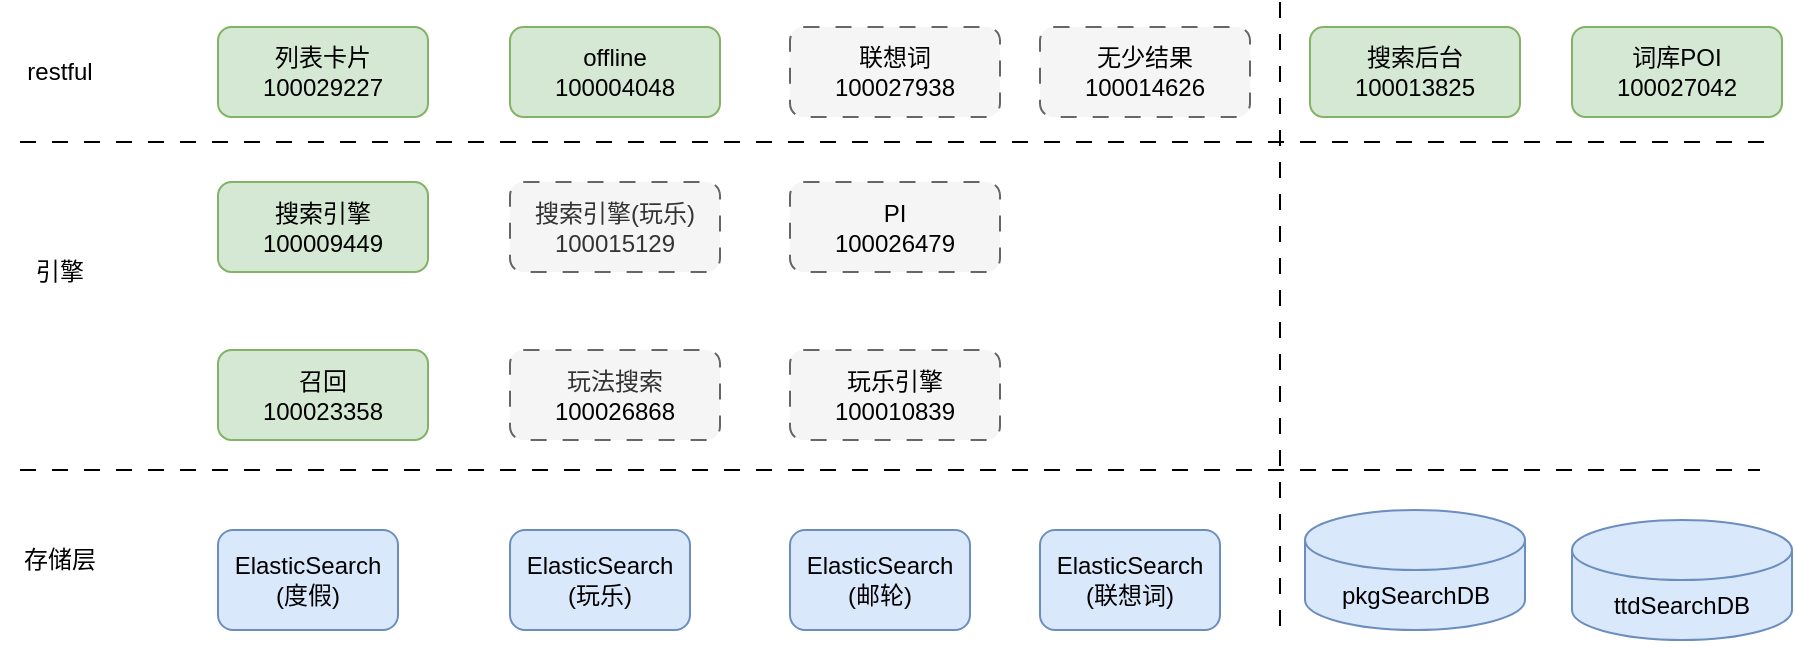
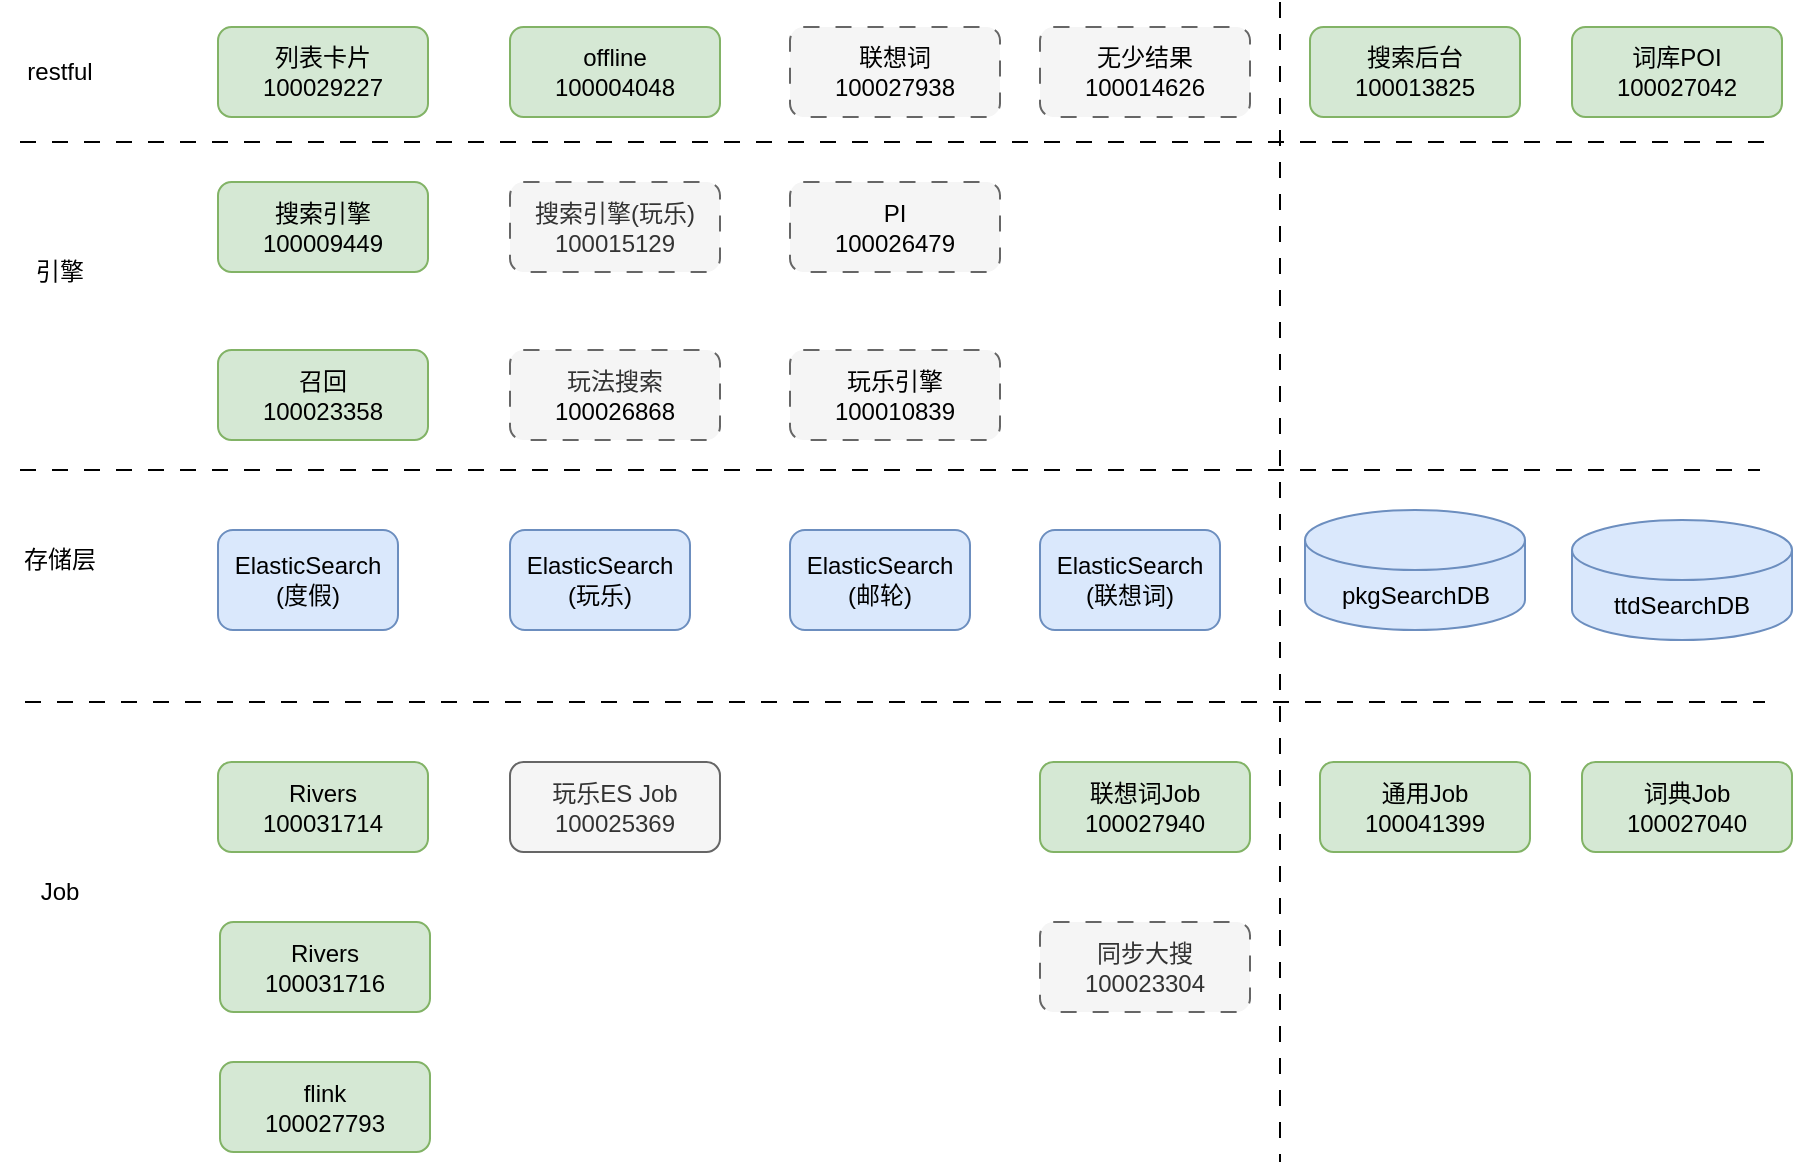
<mxfile host="app.diagrams.net">
  <diagram name="第 1 页" id="H00NGr4SfM2_A4JfHXxi">
    <mxGraphModel dx="1414" dy="743" grid="1" gridSize="10" guides="1" tooltips="1" connect="1" arrows="1" fold="1" page="1" pageScale="1" pageWidth="827" pageHeight="1169" math="0" shadow="0">
      <root>
        <mxCell id="0" />
        <mxCell id="1" parent="0" />
        <mxCell id="CCiWWcbrdknQFpc56PPV-1" edge="1" parent="1" style="endArrow=none;html=1;rounded=0;dashed=1;dashPattern=8 8;" value="">
          <mxGeometry height="50" relative="1" width="50" as="geometry">
            <mxPoint x="20" y="234" as="sourcePoint" />
            <mxPoint x="890" y="234" as="targetPoint" />
          </mxGeometry>
        </mxCell>
        <mxCell id="CCiWWcbrdknQFpc56PPV-2" parent="1" style="rounded=1;whiteSpace=wrap;html=1;fillColor=#dae8fc;strokeColor=#6c8ebf;" value="ElasticSearch&lt;div&gt;(度假)&lt;/div&gt;" vertex="1">
          <mxGeometry height="50" width="90" x="119" y="264" as="geometry" />
        </mxCell>
        <mxCell id="CCiWWcbrdknQFpc56PPV-3" parent="1" style="rounded=1;whiteSpace=wrap;html=1;fillColor=#dae8fc;strokeColor=#6c8ebf;" value="ElasticSearch&lt;div&gt;(玩乐)&lt;/div&gt;" vertex="1">
          <mxGeometry height="50" width="90" x="265" y="264" as="geometry" />
        </mxCell>
        <mxCell id="CCiWWcbrdknQFpc56PPV-4" parent="1" style="rounded=1;whiteSpace=wrap;html=1;fillColor=#dae8fc;strokeColor=#6c8ebf;" value="ElasticSearch&lt;div&gt;(邮轮)&lt;/div&gt;" vertex="1">
          <mxGeometry height="50" width="90" x="405" y="264" as="geometry" />
        </mxCell>
        <mxCell id="CCiWWcbrdknQFpc56PPV-5" parent="1" style="rounded=1;whiteSpace=wrap;html=1;fillColor=#dae8fc;strokeColor=#6c8ebf;" value="ElasticSearch&lt;div&gt;(联想词)&lt;/div&gt;" vertex="1">
          <mxGeometry height="50" width="90" x="530" y="264" as="geometry" />
        </mxCell>
        <mxCell id="CCiWWcbrdknQFpc56PPV-6" parent="1" style="shape=cylinder3;whiteSpace=wrap;html=1;boundedLbl=1;backgroundOutline=1;size=15;fillColor=#dae8fc;strokeColor=#6c8ebf;" value="pkgSearchDB" vertex="1">
          <mxGeometry height="60" width="110" x="662.5" y="254" as="geometry" />
        </mxCell>
        <mxCell id="CCiWWcbrdknQFpc56PPV-7" parent="1" style="text;html=1;whiteSpace=wrap;strokeColor=none;fillColor=none;align=center;verticalAlign=middle;rounded=0;" value="存储层" vertex="1">
          <mxGeometry height="30" width="60" x="10" y="264" as="geometry" />
        </mxCell>
        <mxCell id="CCiWWcbrdknQFpc56PPV-8" parent="1" style="text;html=1;whiteSpace=wrap;strokeColor=none;fillColor=none;align=center;verticalAlign=middle;rounded=0;" value="引擎" vertex="1">
          <mxGeometry height="30" width="60" x="10" y="120" as="geometry" />
        </mxCell>
        <mxCell id="CCiWWcbrdknQFpc56PPV-9" parent="1" style="text;html=1;whiteSpace=wrap;strokeColor=none;fillColor=none;align=center;verticalAlign=middle;rounded=0;" value="restful" vertex="1">
          <mxGeometry height="30" width="60" x="10" y="20" as="geometry" />
        </mxCell>
        <mxCell id="CCiWWcbrdknQFpc56PPV-10" edge="1" parent="1" style="endArrow=none;html=1;rounded=0;dashed=1;dashPattern=8 8;" value="">
          <mxGeometry height="50" relative="1" width="50" as="geometry">
            <mxPoint x="20" y="70" as="sourcePoint" />
            <mxPoint x="900" y="70" as="targetPoint" />
          </mxGeometry>
        </mxCell>
        <mxCell id="CCiWWcbrdknQFpc56PPV-11" parent="1" style="rounded=1;whiteSpace=wrap;html=1;fillColor=#d5e8d4;strokeColor=#82b366;" value="&lt;div&gt;列表卡片&lt;/div&gt;100029227" vertex="1">
          <mxGeometry height="45" width="105" x="119" y="12.5" as="geometry" />
        </mxCell>
        <mxCell id="CCiWWcbrdknQFpc56PPV-12" parent="1" style="rounded=1;whiteSpace=wrap;html=1;fillColor=#d5e8d4;strokeColor=#82b366;" value="&lt;div&gt;&lt;span style=&quot;background-color: transparent; color: light-dark(rgb(0, 0, 0), rgb(255, 255, 255));&quot;&gt;offline&lt;/span&gt;&lt;/div&gt;&lt;div&gt;&lt;span style=&quot;background-color: transparent; color: light-dark(rgb(0, 0, 0), rgb(255, 255, 255));&quot;&gt;100004048&lt;/span&gt;&lt;/div&gt;" vertex="1">
          <mxGeometry height="45" width="105" x="265" y="12.5" as="geometry" />
        </mxCell>
        <mxCell id="CCiWWcbrdknQFpc56PPV-13" parent="1" style="rounded=1;whiteSpace=wrap;html=1;fillColor=#d5e8d4;strokeColor=#82b366;" value="&lt;div&gt;搜索后台&lt;/div&gt;&lt;div&gt;&lt;span style=&quot;background-color: transparent; color: light-dark(rgb(0, 0, 0), rgb(255, 255, 255));&quot;&gt;100013825&lt;/span&gt;&lt;/div&gt;" vertex="1">
          <mxGeometry height="45" width="105" x="665" y="12.5" as="geometry" />
        </mxCell>
        <mxCell id="CCiWWcbrdknQFpc56PPV-14" parent="1" style="rounded=1;whiteSpace=wrap;html=1;fillColor=#d5e8d4;strokeColor=#82b366;" value="&lt;div&gt;&lt;span style=&quot;background-color: transparent; color: light-dark(rgb(0, 0, 0), rgb(255, 255, 255));&quot;&gt;词库POI&lt;/span&gt;&lt;/div&gt;&lt;div&gt;&lt;span style=&quot;background-color: transparent; color: light-dark(rgb(0, 0, 0), rgb(255, 255, 255));&quot;&gt;100027042&lt;/span&gt;&lt;/div&gt;" vertex="1">
          <mxGeometry height="45" width="105" x="796" y="12.5" as="geometry" />
        </mxCell>
        <mxCell id="CCiWWcbrdknQFpc56PPV-15" parent="1" style="rounded=1;whiteSpace=wrap;html=1;fillColor=#d5e8d4;strokeColor=#82b366;" value="&lt;div&gt;搜索引擎&lt;/div&gt;100009449" vertex="1">
          <mxGeometry height="45" width="105" x="119" y="90" as="geometry" />
        </mxCell>
        <mxCell id="CCiWWcbrdknQFpc56PPV-16" parent="1" style="rounded=1;whiteSpace=wrap;html=1;fillColor=#f5f5f5;fontColor=#333333;strokeColor=#666666;dashed=1;dashPattern=8 8;" value="&lt;div&gt;搜索引擎(玩乐)&lt;/div&gt;100015129" vertex="1">
          <mxGeometry height="45" width="105" x="265" y="90" as="geometry" />
        </mxCell>
        <mxCell id="CCiWWcbrdknQFpc56PPV-17" parent="1" style="rounded=1;whiteSpace=wrap;html=1;fillColor=#d5e8d4;strokeColor=#82b366;" value="&lt;div&gt;召回&lt;/div&gt;100023358" vertex="1">
          <mxGeometry height="45" width="105" x="119" y="174" as="geometry" />
        </mxCell>
        <mxCell id="CCiWWcbrdknQFpc56PPV-18" parent="1" style="rounded=1;whiteSpace=wrap;html=1;fillColor=#f5f5f5;fontColor=#333333;strokeColor=#666666;dashed=1;dashPattern=8 8;" value="&lt;div&gt;&lt;span style=&quot;background-color: transparent; color: light-dark(rgb(0, 0, 0), rgb(255, 255, 255));&quot;&gt;联想词&lt;/span&gt;&lt;/div&gt;&lt;div&gt;&lt;span style=&quot;background-color: transparent; color: light-dark(rgb(0, 0, 0), rgb(255, 255, 255));&quot;&gt;100027938&lt;/span&gt;&lt;/div&gt;" vertex="1">
          <mxGeometry height="45" width="105" x="405" y="12.5" as="geometry" />
        </mxCell>
        <mxCell id="CCiWWcbrdknQFpc56PPV-19" parent="1" style="rounded=1;whiteSpace=wrap;html=1;fillColor=#f5f5f5;fontColor=#333333;strokeColor=#666666;dashed=1;dashPattern=8 8;" value="&lt;div&gt;&lt;span style=&quot;background-color: transparent; color: light-dark(rgb(0, 0, 0), rgb(255, 255, 255));&quot;&gt;PI&lt;/span&gt;&lt;/div&gt;&lt;div&gt;&lt;span style=&quot;background-color: transparent; color: light-dark(rgb(0, 0, 0), rgb(255, 255, 255));&quot;&gt;100026479&lt;/span&gt;&lt;/div&gt;" vertex="1">
          <mxGeometry height="45" width="105" x="405" y="90" as="geometry" />
        </mxCell>
        <mxCell id="CCiWWcbrdknQFpc56PPV-20" parent="1" style="rounded=1;whiteSpace=wrap;html=1;fillColor=#f5f5f5;fontColor=#333333;strokeColor=#666666;dashed=1;dashPattern=8 8;" value="&lt;div&gt;&lt;span style=&quot;background-color: transparent; color: light-dark(rgb(0, 0, 0), rgb(255, 255, 255));&quot;&gt;玩乐引擎&lt;/span&gt;&lt;/div&gt;&lt;div&gt;&lt;span style=&quot;background-color: transparent; color: light-dark(rgb(0, 0, 0), rgb(255, 255, 255));&quot;&gt;100010839&lt;/span&gt;&lt;/div&gt;" vertex="1">
          <mxGeometry height="45" width="105" x="405" y="174" as="geometry" />
        </mxCell>
        <mxCell id="CCiWWcbrdknQFpc56PPV-22" parent="1" style="rounded=1;whiteSpace=wrap;html=1;fillColor=#f5f5f5;fontColor=#333333;strokeColor=#666666;dashed=1;dashPattern=8 8;" value="&lt;div&gt;&lt;span style=&quot;background-color: transparent; color: light-dark(rgb(0, 0, 0), rgb(255, 255, 255));&quot;&gt;无少结果&lt;/span&gt;&lt;/div&gt;&lt;div&gt;&lt;span style=&quot;background-color: transparent; color: light-dark(rgb(0, 0, 0), rgb(255, 255, 255));&quot;&gt;100014626&lt;/span&gt;&lt;/div&gt;" vertex="1">
          <mxGeometry height="45" width="105" x="530" y="12.5" as="geometry" />
        </mxCell>
        <mxCell id="CCiWWcbrdknQFpc56PPV-23" parent="1" style="rounded=1;whiteSpace=wrap;html=1;fillColor=#f5f5f5;fontColor=#333333;strokeColor=#666666;dashed=1;dashPattern=8 8;" value="&lt;div&gt;玩法搜索&lt;/div&gt;&lt;div&gt;&lt;span style=&quot;background-color: transparent; color: light-dark(rgb(0, 0, 0), rgb(255, 255, 255));&quot;&gt;100026868&lt;/span&gt;&lt;/div&gt;" vertex="1">
          <mxGeometry height="45" width="105" x="265" y="174" as="geometry" />
        </mxCell>
        <mxCell id="CCiWWcbrdknQFpc56PPV-24" edge="1" parent="1" style="endArrow=none;html=1;rounded=0;dashed=1;dashPattern=8 8;" value="">
          <mxGeometry height="50" relative="1" width="50" as="geometry">
            <mxPoint x="650" as="sourcePoint" />
-             <mxPoint x="650" y="320" as="targetPoint" />
+             <mxPoint x="650" y="580" as="targetPoint" />
          </mxGeometry>
        </mxCell>
        <mxCell id="CCiWWcbrdknQFpc56PPV-26" parent="1" style="shape=cylinder3;whiteSpace=wrap;html=1;boundedLbl=1;backgroundOutline=1;size=15;fillColor=#dae8fc;strokeColor=#6c8ebf;" value="ttdSearchDB" vertex="1">
          <mxGeometry height="60" width="110" x="796" y="259" as="geometry" />
        </mxCell>
+         <mxCell id="dtm6TqcUfvzAEHaw_P6l-2" edge="1" parent="1" style="endArrow=none;html=1;rounded=0;dashed=1;dashPattern=8 8;" value="">
+           <mxGeometry height="50" relative="1" width="50" as="geometry">
+             <mxPoint x="22.5" y="350" as="sourcePoint" />
+             <mxPoint x="892.5" y="350" as="targetPoint" />
+           </mxGeometry>
+         </mxCell>
+         <mxCell id="dtm6TqcUfvzAEHaw_P6l-3" parent="1" style="rounded=1;whiteSpace=wrap;html=1;fillColor=#d5e8d4;strokeColor=#82b366;" value="&lt;div&gt;Rivers&lt;/div&gt;100031714" vertex="1">
+           <mxGeometry height="45" width="105" x="119" y="380" as="geometry" />
+         </mxCell>
+         <mxCell id="dtm6TqcUfvzAEHaw_P6l-4" parent="1" style="text;html=1;whiteSpace=wrap;strokeColor=none;fillColor=none;align=center;verticalAlign=middle;rounded=0;" value="Job" vertex="1">
+           <mxGeometry height="30" width="60" x="10" y="430" as="geometry" />
+         </mxCell>
+         <mxCell id="dtm6TqcUfvzAEHaw_P6l-5" parent="1" style="rounded=1;whiteSpace=wrap;html=1;fillColor=#d5e8d4;strokeColor=#82b366;" value="&lt;div&gt;Rivers&lt;/div&gt;&lt;div&gt;100031716&lt;/div&gt;" vertex="1">
+           <mxGeometry height="45" width="105" x="120" y="460" as="geometry" />
+         </mxCell>
+         <mxCell id="dtm6TqcUfvzAEHaw_P6l-6" parent="1" style="rounded=1;whiteSpace=wrap;html=1;fillColor=#f5f5f5;strokeColor=#666666;fontColor=#333333;" value="&lt;div&gt;玩乐ES Job&lt;/div&gt;100025369" vertex="1">
+           <mxGeometry height="45" width="105" x="265" y="380" as="geometry" />
+         </mxCell>
+         <mxCell id="dtm6TqcUfvzAEHaw_P6l-7" parent="1" style="rounded=1;whiteSpace=wrap;html=1;fillColor=#d5e8d4;strokeColor=#82b366;" value="&lt;div&gt;通用Job&lt;/div&gt;100041399" vertex="1">
+           <mxGeometry height="45" width="105" x="670" y="380" as="geometry" />
+         </mxCell>
+         <mxCell id="dtm6TqcUfvzAEHaw_P6l-8" parent="1" style="rounded=1;whiteSpace=wrap;html=1;fillColor=#d5e8d4;strokeColor=#82b366;" value="&lt;div&gt;词典Job&lt;/div&gt;100027040" vertex="1">
+           <mxGeometry height="45" width="105" x="801" y="380" as="geometry" />
+         </mxCell>
+         <mxCell id="dtm6TqcUfvzAEHaw_P6l-9" parent="1" style="rounded=1;whiteSpace=wrap;html=1;fillColor=#d5e8d4;strokeColor=#82b366;" value="&lt;div&gt;flink&lt;/div&gt;100027793" vertex="1">
+           <mxGeometry height="45" width="105" x="120" y="530" as="geometry" />
+         </mxCell>
+         <mxCell id="dtm6TqcUfvzAEHaw_P6l-10" parent="1" style="rounded=1;whiteSpace=wrap;html=1;fillColor=#d5e8d4;strokeColor=#82b366;" value="&lt;div&gt;联想词Job&lt;/div&gt;100027940" vertex="1">
+           <mxGeometry height="45" width="105" x="530" y="380" as="geometry" />
+         </mxCell>
+         <mxCell id="dtm6TqcUfvzAEHaw_P6l-11" parent="1" style="rounded=1;whiteSpace=wrap;html=1;fillColor=#f5f5f5;strokeColor=#666666;dashed=1;dashPattern=8 8;fontColor=#333333;" value="&lt;div&gt;同步大搜&lt;/div&gt;100023304" vertex="1">
+           <mxGeometry height="45" width="105" x="530" y="460" as="geometry" />
+         </mxCell>
      </root>
    </mxGraphModel>
  </diagram>
</mxfile>
